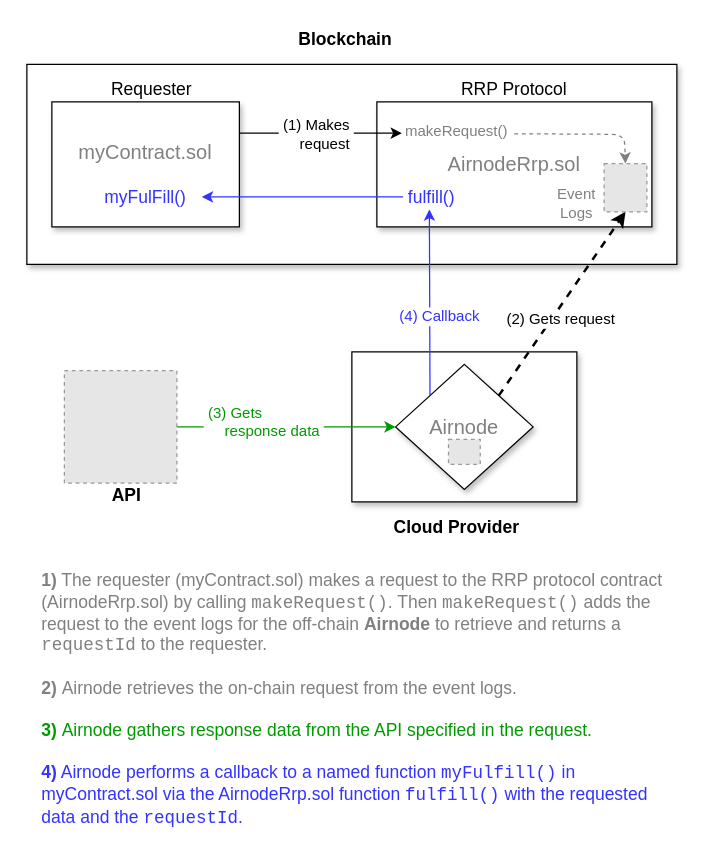
Above: docs/airnode/next/assets/diagrams/developer-overview.drawio in api3dao/old-api3-docs (draw.io), before the change. Source tidied: cells renumbered, new cells numbered last; positions are measured from the earlier drawing's top-left corner, leaving out a move shared by most shapes. Both pictures are drawn from the tidied source at 125%, with x=0, y=0 at pixel (26, 26). Pictures stored in the file or linked from it are replaced by grey dashed boxes.
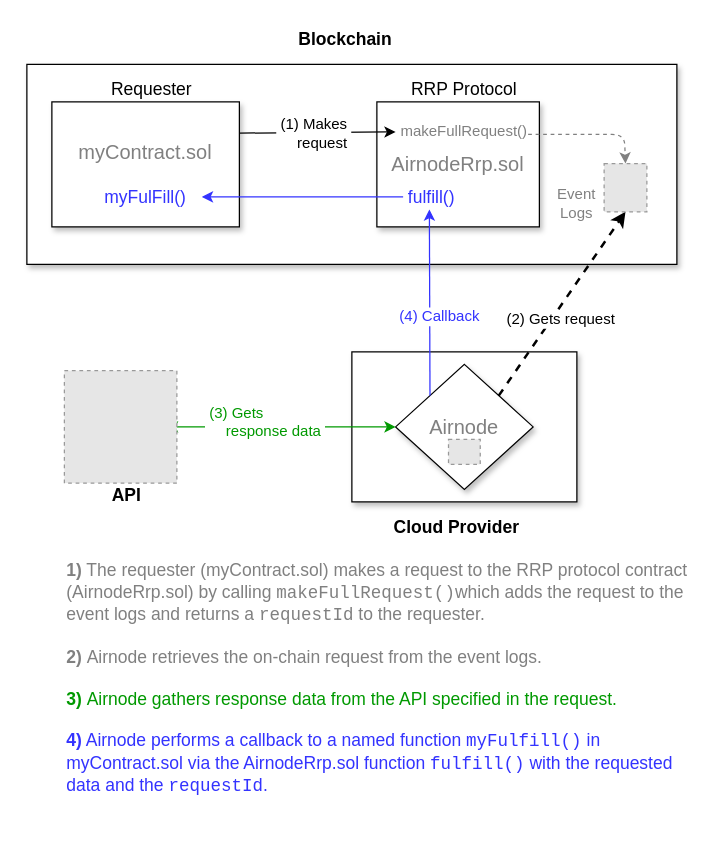
After the change.

The change refers to these unchanged cells:
```xml
<mxCell id="4" value="&lt;font style=&quot;font-size: 16px&quot;&gt;&lt;font color=&quot;#808080&quot;&gt;myContract.sol&lt;br&gt;&lt;/font&gt;&lt;br&gt;&lt;/font&gt;" style="rounded=0;whiteSpace=wrap;html=1;shadow=1;" parent="1" vertex="1">
  <mxGeometry x="20" y="60" width="150" height="100" as="geometry" />
</mxCell>
<mxCell id="9" value="&lt;font style=&quot;font-size: 16px&quot; color=&quot;#808080&quot;&gt;Airnode&lt;/font&gt;" style="rhombus;whiteSpace=wrap;html=1;shadow=1;" parent="1" vertex="1">
  <mxGeometry x="295" y="270" width="110" height="100" as="geometry" />
</mxCell>
<mxCell id="30" style="fillColor=#E6E6E6;strokeColor=#999999;dashed=1;verticalLabelPosition=bottom;labelBackgroundColor=#ffffff;verticalAlign=top;" parent="1" vertex="1">
  <mxGeometry x="461.8" y="109.3" width="34.2" height="38.7" as="geometry" />
</mxCell>
```

What changed in the source:
```diff
@@
     <mxCell id="5" value="&lt;font style=&quot;font-size: 16px&quot;&gt;&lt;font color=&quot;#808080&quot;&gt;AirnodeRrp.sol&lt;/font&gt;&lt;br&gt;&lt;/font&gt;" style="rounded=0;whiteSpace=wrap;html=1;shadow=1;" parent="1" vertex="1">
-      <mxGeometry x="280" y="60" width="220" height="100" as="geometry" />
+      <mxGeometry x="280" y="60" width="130" height="100" as="geometry" />
     </mxCell>
@@
-    <mxCell id="10" style="endArrow=classic;startArrow=classic;html=1;entryX=1;entryY=0.5;entryDx=0;entryDy=0;exitX=0;exitY=0.5;exitDx=0;exitDy=0;strokeColor=#009900;" parent="1" edge="1" source="9">
+    <mxCell id="10" style="endArrow=classic;startArrow=classic;html=1;exitX=0;exitY=0.5;exitDx=0;exitDy=0;strokeColor=#009900;" parent="1" edge="1" source="9">
       <mxGeometry relative="1" as="geometry">
-        <mxPoint x="110" y="320" as="targetPoint" />
+        <mxPoint x="112" y="320" as="targetPoint" />
       </mxGeometry>
     </mxCell>
@@
-    <mxCell id="18" style="endArrow=classic;html=1;fontSize=11;fontColor=#3333FF;strokeWidth=1;exitX=1;exitY=0.25;exitDx=0;exitDy=0;" parent="1" edge="1" source="4">
-      <mxGeometry relative="1" as="geometry">
-        <mxPoint x="300" y="85" as="targetPoint" />
-      </mxGeometry>
+    <mxCell id="18" style="endArrow=classic;html=1;fontSize=11;fontColor=#3333FF;strokeWidth=1;exitX=1;exitY=0.25;exitDx=0;exitDy=0;entryX=0;entryY=0.5;entryDx=0;entryDy=0;" parent="1" edge="1" source="4" target="24">
+      <mxGeometry relative="1" as="geometry" />
     </mxCell>
@@
-    <mxCell id="20" value="&lt;font style=&quot;font-size: 14px&quot;&gt;&lt;font style=&quot;font-size: 14px&quot;&gt;&lt;font color=&quot;#808080&quot; style=&quot;font-size: 14px&quot;&gt;&lt;font style=&quot;font-size: 14px&quot;&gt;&lt;b style=&quot;font-size: 14px&quot;&gt;1)&lt;/b&gt; The requester (myContract.sol) makes a request to the RRP protocol contract&amp;nbsp; (AirnodeRrp.sol) by calling &lt;font face=&quot;Courier New&quot;&gt;makeRequest()&lt;/font&gt;. Then&amp;nbsp;&lt;/font&gt;&lt;/font&gt;&lt;span style=&quot;color: rgb(128 , 128 , 128)&quot;&gt;&lt;font face=&quot;Courier New&quot;&gt;makeRequest()&lt;/font&gt;&lt;/span&gt;&lt;font color=&quot;#808080&quot; style=&quot;font-size: 14px&quot;&gt;&lt;font style=&quot;font-size: 14px&quot;&gt;&amp;nbsp;adds the request to the event logs for the off-chain&amp;nbsp;&lt;b&gt;Airnode&lt;/b&gt; to retrieve and returns a &lt;font face=&quot;Courier New&quot;&gt;requestId&lt;/font&gt; to the requester.&lt;br style=&quot;font-size: 14px&quot;&gt;&lt;/font&gt;&lt;br style=&quot;font-size: 14px&quot;&gt;&lt;font style=&quot;font-size: 14px&quot;&gt;&lt;b style=&quot;font-size: 14px&quot;&gt;2)&lt;/b&gt;&amp;nbsp;Airnode retrieves the on-chain request from the event logs.&lt;br style=&quot;font-size: 14px&quot;&gt;&lt;/font&gt;&lt;br style=&quot;font-size: 14px&quot;&gt;&lt;/font&gt;&lt;font style=&quot;font-size: 14px&quot;&gt;&lt;font style=&quot;font-size: 14px&quot; color=&quot;#009900&quot;&gt;&lt;b style=&quot;font-size: 14px&quot;&gt;3)&lt;/b&gt;&amp;nbsp;Airnode gathers response data from the API specified in the request.&lt;/font&gt;&lt;br style=&quot;font-size: 14px&quot;&gt;&lt;/font&gt;&lt;br style=&quot;font-size: 14px&quot;&gt;&lt;b style=&quot;font-size: 14px&quot;&gt;4)&lt;/b&gt; &lt;/font&gt;&lt;font style=&quot;font-size: 14px&quot;&gt;&lt;font style=&quot;font-size: 14px&quot;&gt;Airnode&amp;nbsp;&lt;/font&gt;&lt;span style=&quot;background-color: rgb(255 , 255 , 255) ; font-size: 14px&quot;&gt;performs a callback to a named function &lt;font face=&quot;Courier New&quot;&gt;my&lt;font style=&quot;font-size: 14px&quot;&gt;Fulfill()&lt;/font&gt;&lt;/font&gt; in myContract.sol via the AirnodeRrp.sol function &lt;font face=&quot;Courier New&quot; style=&quot;font-size: 14px&quot;&gt;fulfill()&lt;/font&gt;&lt;font style=&quot;font-size: 14px&quot;&gt; with the requested data and the &lt;/font&gt;&lt;font face=&quot;Courier New&quot; style=&quot;font-size: 14px&quot;&gt;requestId&lt;/font&gt;.&lt;/span&gt;&lt;/font&gt;&lt;/font&gt;&lt;font style=&quot;font-size: 14px&quot; color=&quot;#000000&quot;&gt;&lt;br style=&quot;font-size: 14px&quot;&gt;&lt;/font&gt;" style="text;html=1;strokeColor=none;fillColor=none;align=left;verticalAlign=top;whiteSpace=wrap;rounded=0;fontSize=14;fontColor=#3333FF;" parent="1" vertex="1">
-      <mxGeometry x="10" y="428" width="510" height="212" as="geometry" />
+    <mxCell id="20" value="&lt;font style=&quot;font-size: 14px&quot;&gt;&lt;font style=&quot;font-size: 14px&quot;&gt;&lt;font color=&quot;#808080&quot; style=&quot;font-size: 14px&quot;&gt;&lt;font style=&quot;font-size: 14px&quot;&gt;&lt;b style=&quot;font-size: 14px&quot;&gt;1)&lt;/b&gt; The requester (myContract.sol) makes a request to the RRP protocol contract&amp;nbsp; (AirnodeRrp.sol) by calling &lt;font face=&quot;Courier New&quot;&gt;makeFullRequest()&lt;/font&gt;which&lt;/font&gt;&lt;/font&gt;&lt;font color=&quot;#808080&quot; style=&quot;font-size: 14px&quot;&gt;&lt;font style=&quot;font-size: 14px&quot;&gt;&amp;nbsp;adds the request to the event logs and&amp;nbsp;returns a &lt;font face=&quot;Courier New&quot;&gt;requestId&lt;/font&gt; to the requester.&lt;br style=&quot;font-size: 14px&quot;&gt;&lt;/font&gt;&lt;br style=&quot;font-size: 14px&quot;&gt;&lt;font style=&quot;font-size: 14px&quot;&gt;&lt;b style=&quot;font-size: 14px&quot;&gt;2)&lt;/b&gt;&amp;nbsp;Airnode retrieves the on-chain request from the event logs.&lt;br style=&quot;font-size: 14px&quot;&gt;&lt;/font&gt;&lt;br style=&quot;font-size: 14px&quot;&gt;&lt;/font&gt;&lt;font style=&quot;font-size: 14px&quot;&gt;&lt;font style=&quot;font-size: 14px&quot; color=&quot;#009900&quot;&gt;&lt;b style=&quot;font-size: 14px&quot;&gt;3)&lt;/b&gt;&amp;nbsp;Airnode gathers response data from the API specified in the request.&lt;/font&gt;&lt;br style=&quot;font-size: 14px&quot;&gt;&lt;/font&gt;&lt;br style=&quot;font-size: 14px&quot;&gt;&lt;b style=&quot;font-size: 14px&quot;&gt;4)&lt;/b&gt; &lt;/font&gt;&lt;font style=&quot;font-size: 14px&quot;&gt;&lt;font style=&quot;font-size: 14px&quot;&gt;Airnode&amp;nbsp;&lt;/font&gt;&lt;span style=&quot;background-color: rgb(255 , 255 , 255) ; font-size: 14px&quot;&gt;performs a callback to a named function &lt;font face=&quot;Courier New&quot;&gt;my&lt;font style=&quot;font-size: 14px&quot;&gt;Fulfill()&lt;/font&gt;&lt;/font&gt; in myContract.sol via the AirnodeRrp.sol function &lt;font face=&quot;Courier New&quot; style=&quot;font-size: 14px&quot;&gt;fulfill()&lt;/font&gt;&lt;font style=&quot;font-size: 14px&quot;&gt; with the requested data and the &lt;/font&gt;&lt;font face=&quot;Courier New&quot; style=&quot;font-size: 14px&quot;&gt;requestId&lt;/font&gt;.&lt;/span&gt;&lt;/font&gt;&lt;/font&gt;&lt;font style=&quot;font-size: 14px&quot; color=&quot;#000000&quot;&gt;&lt;br style=&quot;font-size: 14px&quot;&gt;&lt;/font&gt;" style="text;html=1;strokeColor=none;fillColor=none;align=left;verticalAlign=top;whiteSpace=wrap;rounded=0;fontSize=14;fontColor=#3333FF;" parent="1" vertex="1">
+      <mxGeometry x="30" y="420" width="510" height="212" as="geometry" />
     </mxCell>
@@
     <mxCell id="23" value="RRP Protocol" style="text;html=1;strokeColor=none;fillColor=none;align=center;verticalAlign=middle;whiteSpace=wrap;rounded=0;fontSize=14;" parent="1" vertex="1">
-      <mxGeometry x="320" y="40" width="140" height="20" as="geometry" />
+      <mxGeometry x="280" y="40" width="140" height="20" as="geometry" />
     </mxCell>
-    <mxCell id="24" value="&lt;font style=&quot;font-size: 12px&quot; color=&quot;#808080&quot;&gt;makeRequest()&lt;/font&gt;" style="text;html=1;align=center;verticalAlign=middle;whiteSpace=wrap;rounded=0;fontSize=11;" parent="1" vertex="1">
-      <mxGeometry x="289" y="74" width="110" height="20" as="geometry" />
+    <mxCell id="24" value="&lt;font style=&quot;font-size: 12px&quot; color=&quot;#808080&quot;&gt;makeFullRequest()&lt;/font&gt;" style="text;html=1;align=center;verticalAlign=middle;whiteSpace=wrap;rounded=0;fontSize=11;" parent="1" vertex="1">
+      <mxGeometry x="295" y="74" width="110" height="20" as="geometry" />
     </mxCell>
     <mxCell id="25" style="endArrow=classic;dashed=1;html=1;fontSize=14;entryX=0.5;entryY=0;entryDx=0;entryDy=0;fontColor=#808080;strokeColor=#808080;endFill=1;" parent="1" edge="1" target="30">
       <mxGeometry relative="1" as="geometry">
-        <mxPoint x="390" y="85.5" as="sourcePoint" />
+        <mxPoint x="401" y="86" as="sourcePoint" />
         <Array as="points">
           <mxPoint x="478" y="86" />
         </Array>
       </mxGeometry>
     </mxCell>
```
